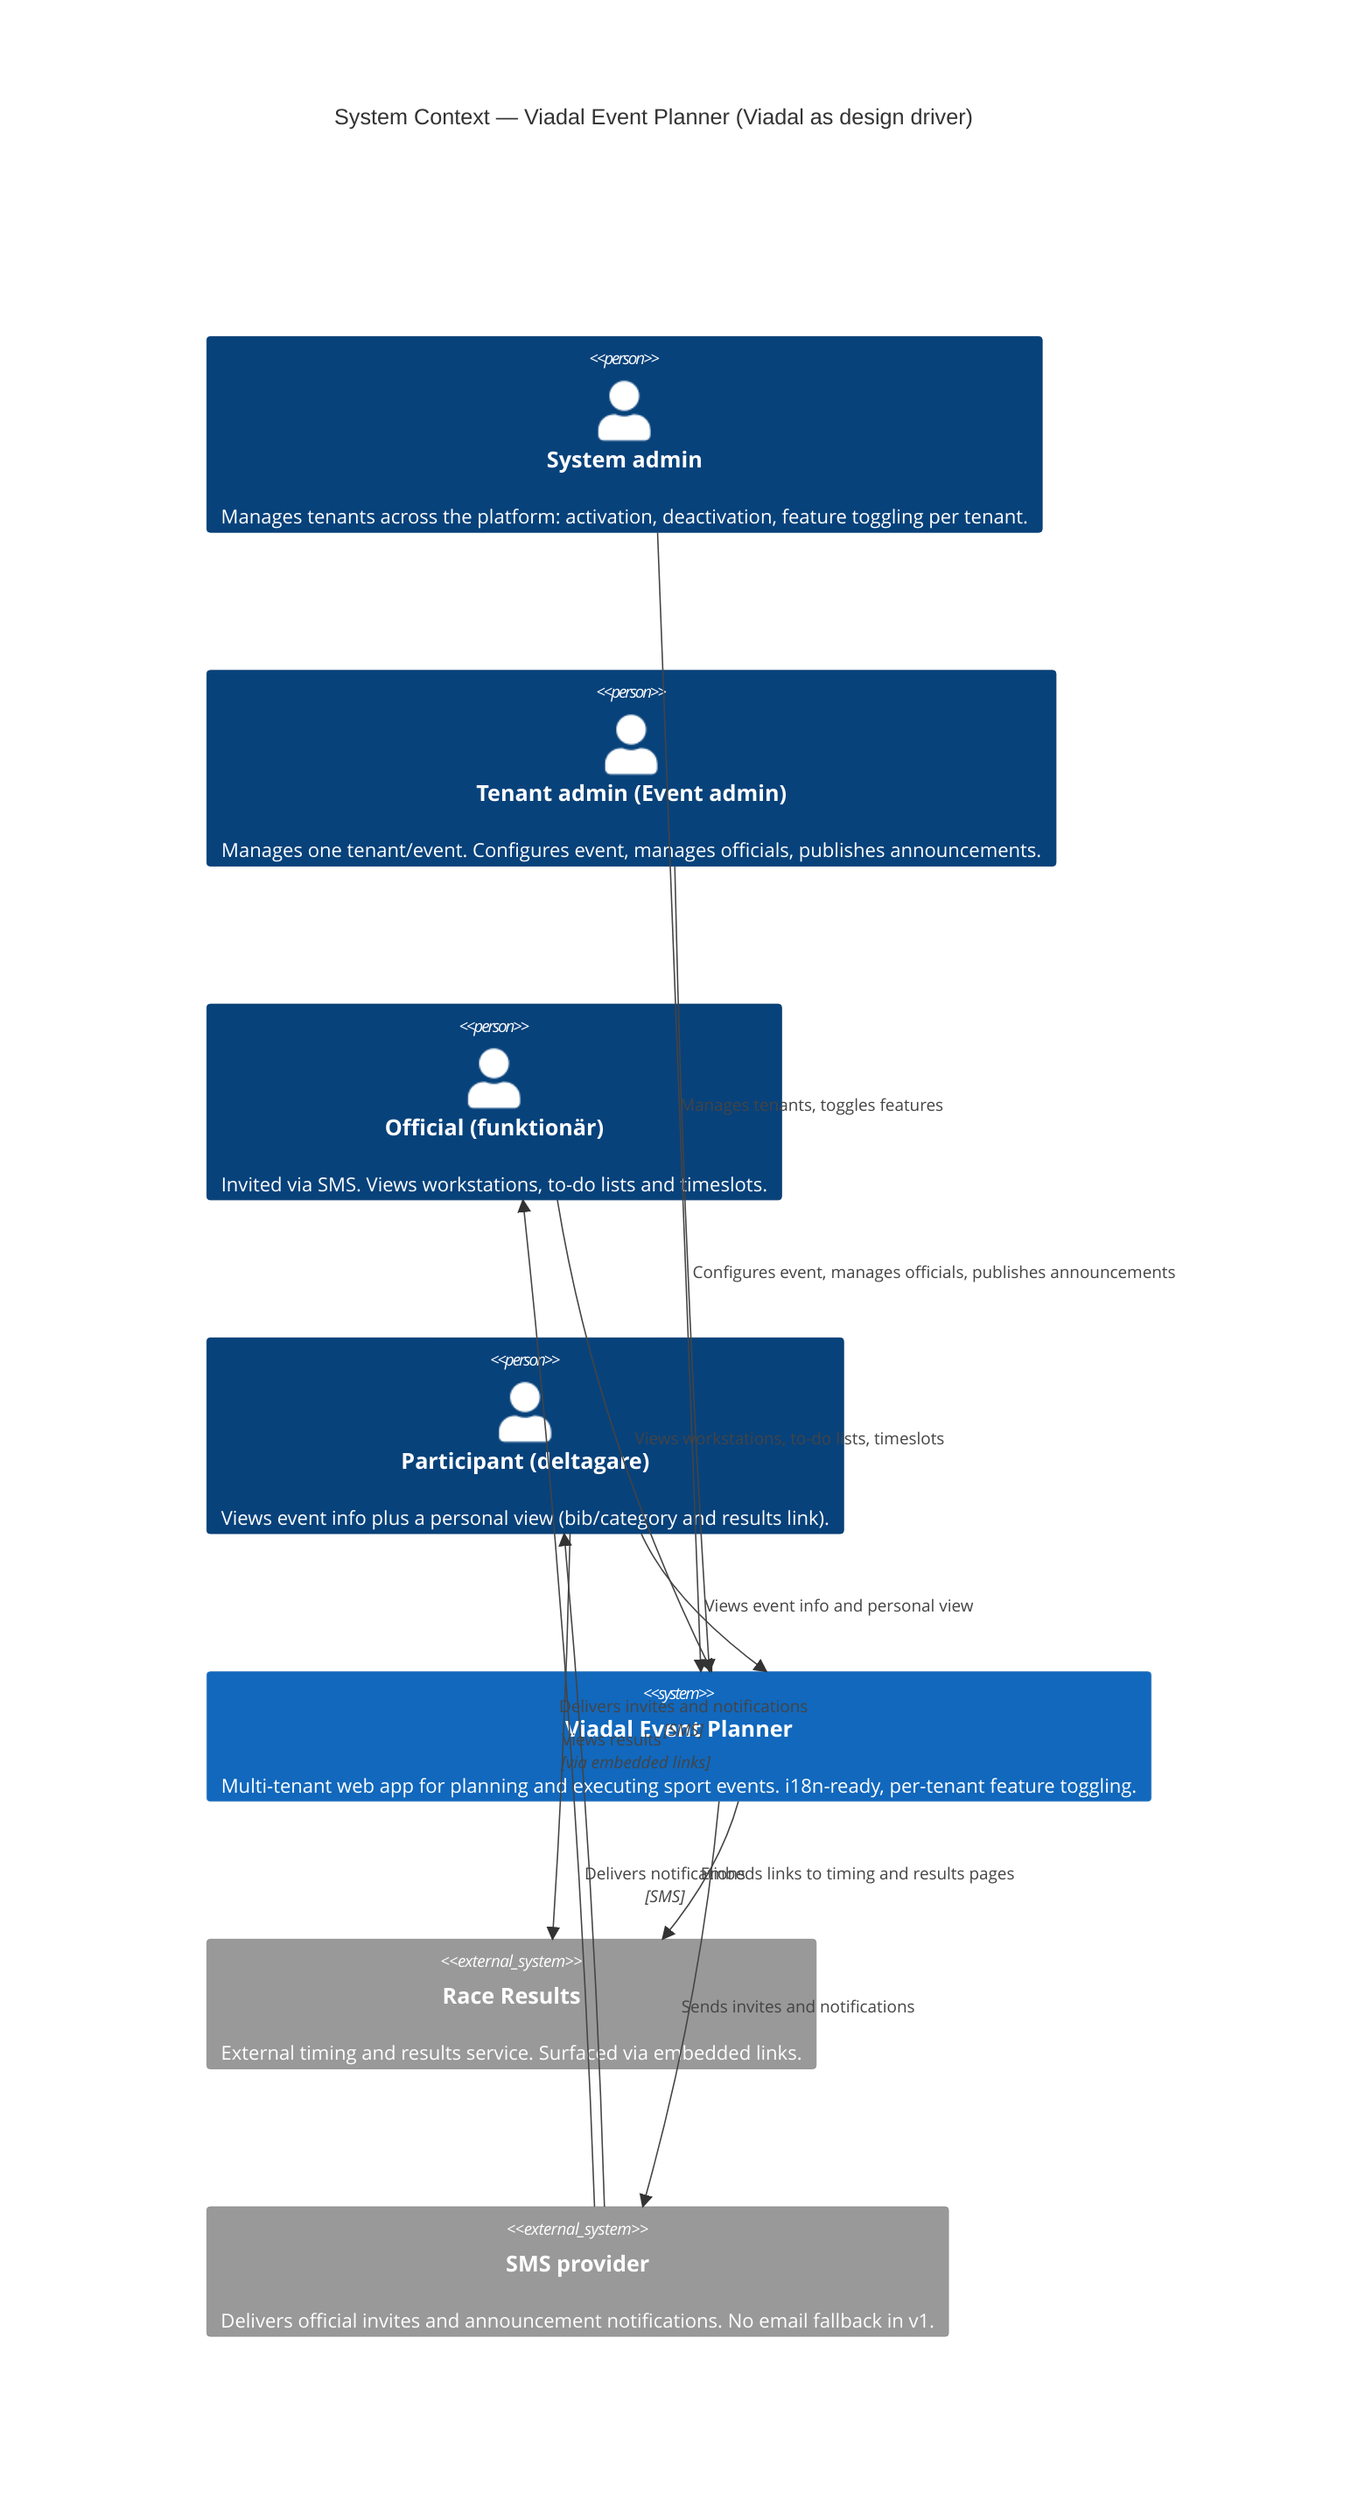
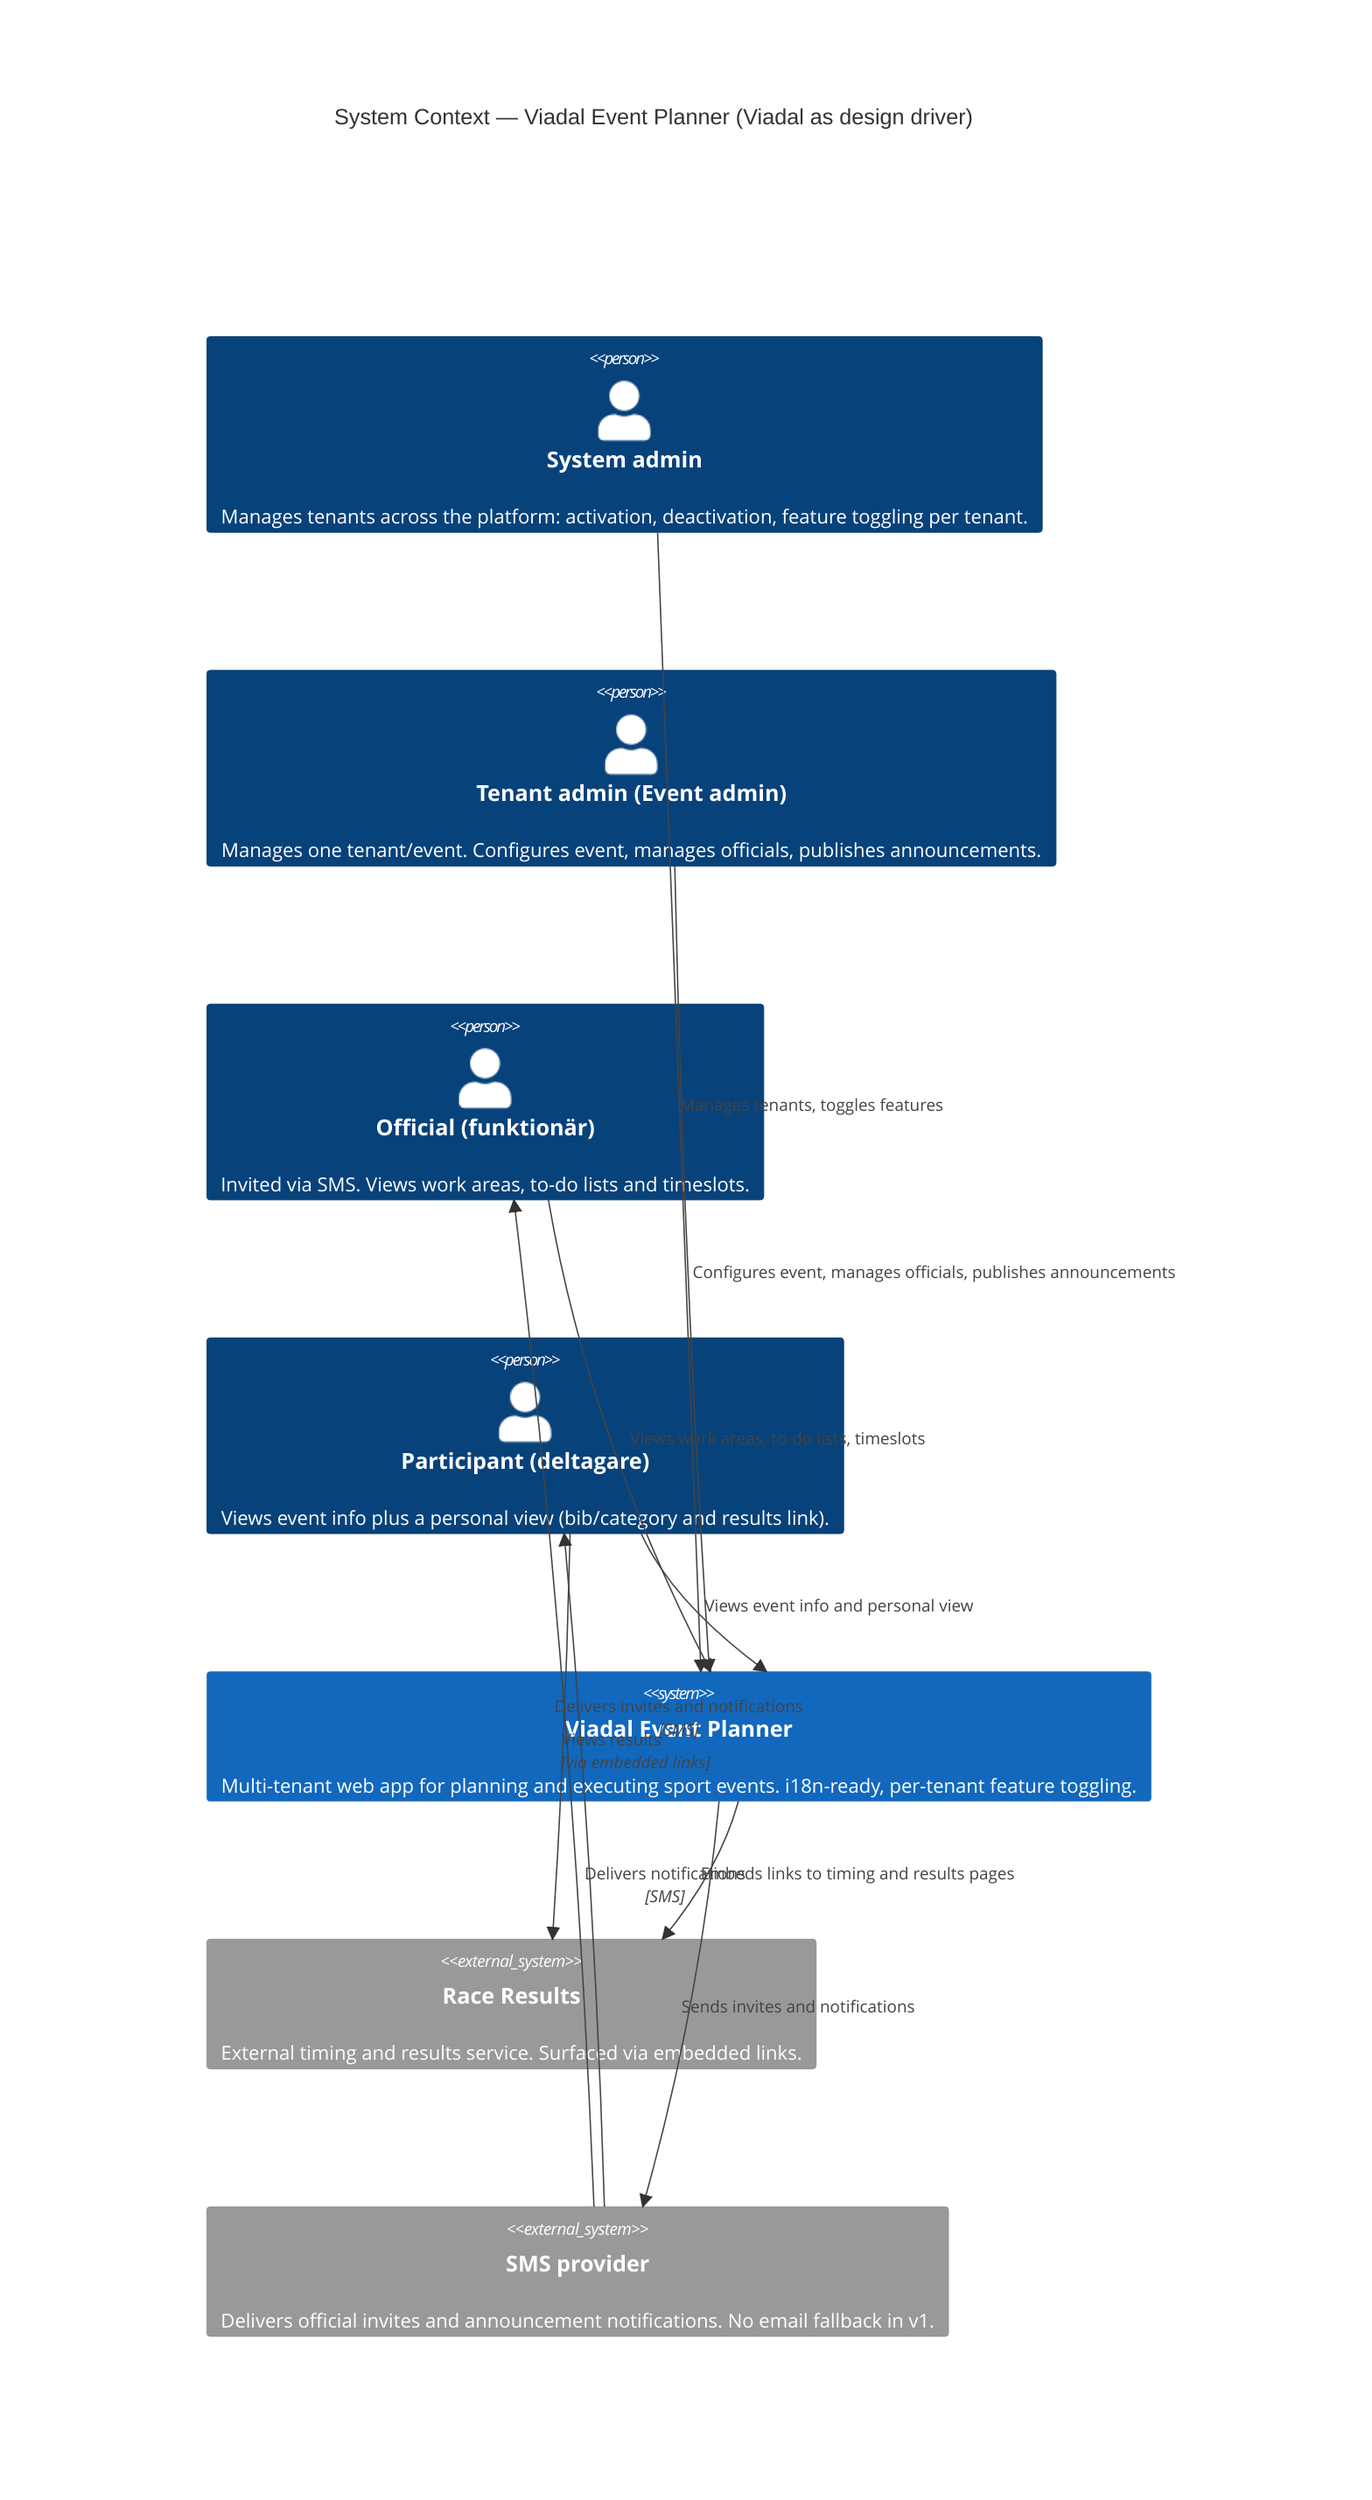
C4Context
    title System Context — Viadal Event Planner (Viadal as design driver)

    Person(systemadmin, "System admin", "Manages tenants across the platform: activation, deactivation, feature toggling per tenant.")
    Person(tenantadmin, "Tenant admin (Event admin)", "Manages one tenant/event. Configures event, manages officials, publishes announcements.")
-     Person(official, "Official (funktionär)", "Invited via SMS. Views workstations, to-do lists and timeslots.")
+     Person(official, "Official (funktionär)", "Invited via SMS. Views work areas, to-do lists and timeslots.")
    Person(participant, "Participant (deltagare)", "Views event info plus a personal view (bib/category and results link).")

    System(platform, "Viadal Event Planner", "Multi-tenant web app for planning and executing sport events. i18n-ready, per-tenant feature toggling.")

    System_Ext(raceresults, "Race Results", "External timing and results service. Surfaced via embedded links.")
    System_Ext(sms, "SMS provider", "Delivers official invites and announcement notifications. No email fallback in v1.")

    Rel(systemadmin, platform, "Manages tenants, toggles features")
    Rel(tenantadmin, platform, "Configures event, manages officials, publishes announcements")
-     Rel(official, platform, "Views workstations, to-do lists, timeslots")
+     Rel(official, platform, "Views work areas, to-do lists, timeslots")
    Rel(participant, platform, "Views event info and personal view")

    Rel(platform, raceresults, "Embeds links to timing and results pages")
    Rel(participant, raceresults, "Views results", "via embedded links")

    Rel(platform, sms, "Sends invites and notifications")
    Rel(sms, official, "Delivers invites and notifications", "SMS")
    Rel(sms, participant, "Delivers notifications", "SMS")

    UpdateLayoutConfig($c4ShapeInRow="3", $c4BoundaryInRow="1")
